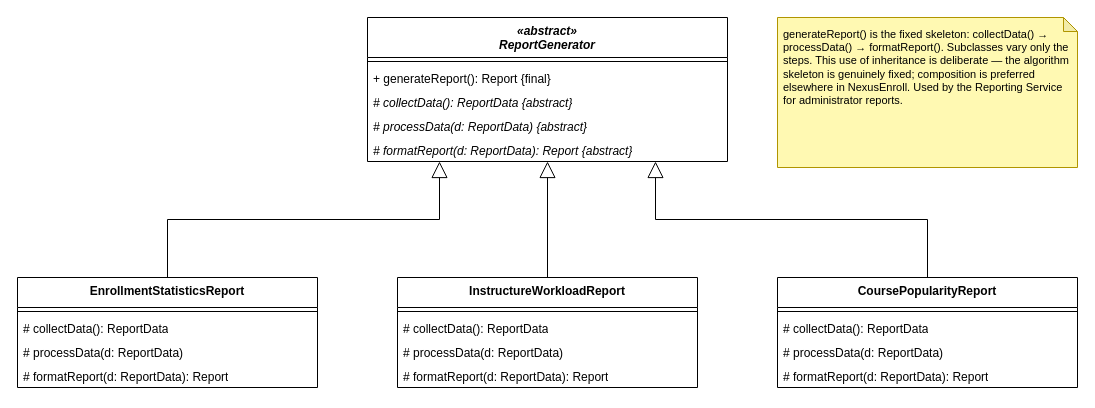
Earlier version of the draw.io diagram Diagrams/Class_diagrams_design_patterns/06-template-method.drawio (Tharusha-dev/soft_architect_redda). Source tidied: cells renumbered, new cells numbered last; positions are measured from the earlier drawing's top-left corner, leaving out a move shared by most shapes. Both pictures are drawn from the tidied source at 100%, with x=0, y=0 at pixel (17, 17).
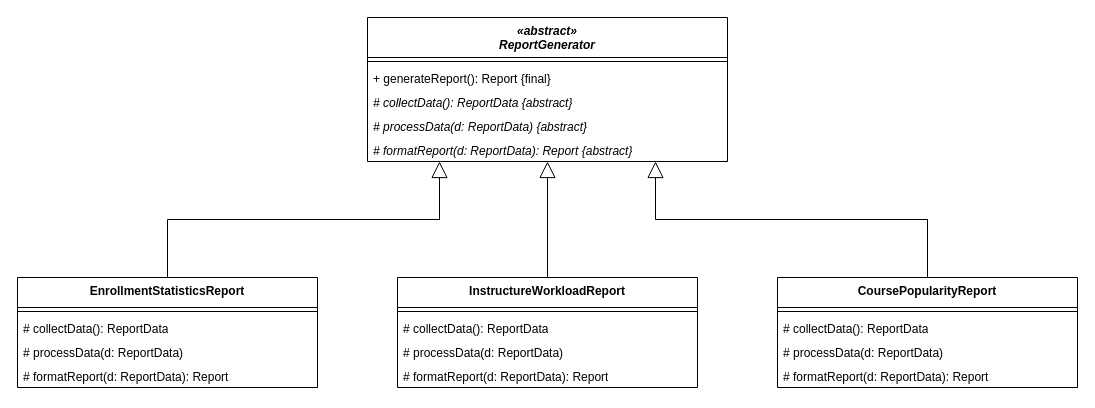
Above is the later version.

What changed in the source:
```diff
@@
-    <mxCell id="23" value="generateReport() is the fixed skeleton: collectData() → processData() → formatReport(). Subclasses vary only the steps. This use of inheritance is deliberate — the algorithm skeleton is genuinely fixed; composition is preferred elsewhere in NexusEnroll. Used by the Reporting Service for administrator reports." style="shape=note;whiteSpace=wrap;html=1;backgroundOutline=1;darkOpacity=0.05;fillColor=#FFF9B2;strokeColor=#B09500;size=14;align=left;verticalAlign=top;spacing=6;fontSize=11;" parent="1" vertex="1">
-      <mxGeometry x="760" width="300" height="150" as="geometry" />
-    </mxCell>
```
